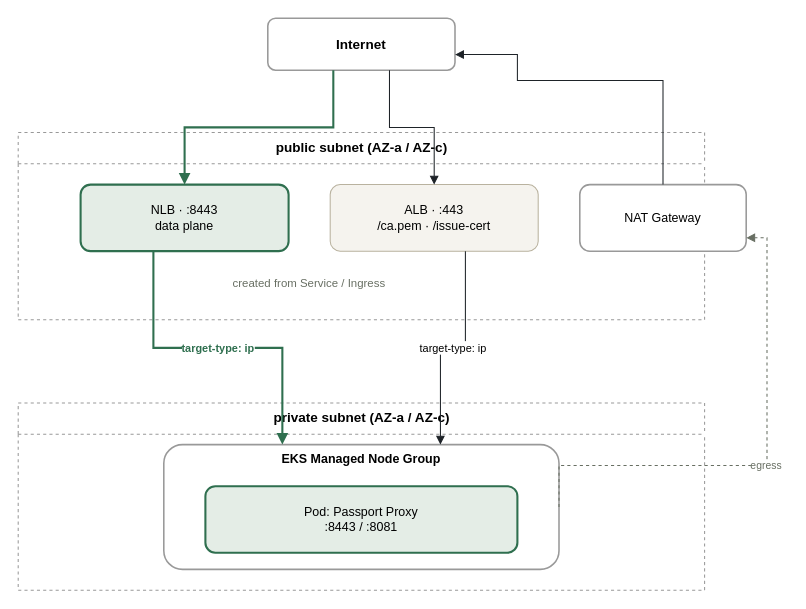
Earlier version of the draw.io diagram assets/infra-architecture.drawio (yokawasa/passport-aws-sandbox). Source tidied: cells renumbered, new cells numbered last; positions are measured from the earlier drawing's top-left corner, leaving out a move shared by most shapes. Both pictures are drawn from the tidied source at 104%, with x=0, y=0 at pixel (18, 18).
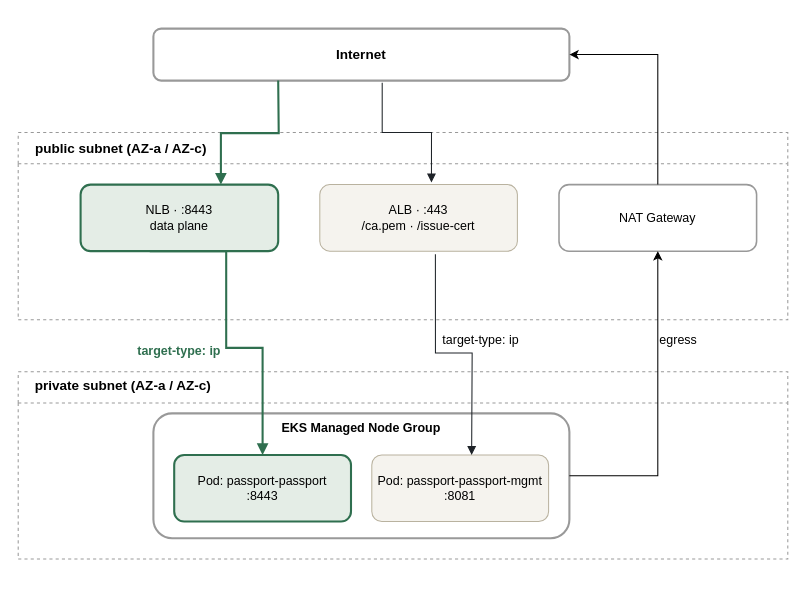
The same page after the edit.

Commit message (it also covers changes not shown here):
update infra archi

What changed in the source:
```diff
@@
-    <mxCell id="2" value="Internet" style="rounded=1;whiteSpace=wrap;html=1;fillColor=#ffffff;strokeColor=#999999;strokeWidth=1.5;fontSize=13;fontStyle=1;align=center;" parent="1" vertex="1">
-      <mxGeometry x="240" width="180" height="50" as="geometry" />
+    <mxCell id="2" value="Internet" style="rounded=1;whiteSpace=wrap;html=1;fillColor=#ffffff;strokeColor=#999999;strokeWidth=2;fontSize=13;fontStyle=1;align=center;" parent="1" vertex="1">
+      <mxGeometry x="130" y="10" width="400" height="50" as="geometry" />
     </mxCell>
-    <mxCell id="3" value="public subnet (AZ-a / AZ-c)" style="swimlane;startSize=30;fillColor=none;strokeColor=#999999;dashed=1;fontStyle=1;fontSize=13;align=center;verticalAlign=top;html=1;" parent="1" vertex="1">
-      <mxGeometry y="110" width="660" height="180" as="geometry" />
+    <mxCell id="3" style="swimlane;startSize=30;fillColor=none;strokeColor=#999999;dashed=1;fontStyle=1;fontSize=13;align=center;verticalAlign=top;html=1;" parent="1" vertex="1">
+      <mxGeometry y="110" width="740" height="180" as="geometry" />
     </mxCell>
     <mxCell id="4" value="NLB · :8443&#10;data plane" style="rounded=1;whiteSpace=wrap;html=1;fillColor=#e4ede6;strokeColor=#2f6f4f;strokeWidth=2;fontSize=12;align=center;" parent="3" vertex="1">
-      <mxGeometry x="60" y="50" width="200" height="64" as="geometry" />
+      <mxGeometry x="60" y="50" width="190" height="64" as="geometry" />
     </mxCell>
     <mxCell id="5" value="ALB · :443&#10;/ca.pem · /issue-cert" style="rounded=1;whiteSpace=wrap;html=1;fillColor=#f5f3ee;strokeColor=#b9b29f;fontSize=12;align=center;" parent="3" vertex="1">
-      <mxGeometry x="300" y="50" width="200" height="64" as="geometry" />
+      <mxGeometry x="290" y="50" width="190" height="64" as="geometry" />
     </mxCell>
     <mxCell id="6" value="NAT Gateway" style="rounded=1;whiteSpace=wrap;html=1;fillColor=#ffffff;strokeColor=#999999;strokeWidth=1.5;fontSize=12;align=center;" parent="3" vertex="1">
-      <mxGeometry x="540" y="50" width="160" height="64" as="geometry" />
+      <mxGeometry x="520" y="50" width="190" height="64" as="geometry" />
     </mxCell>
-    <mxCell id="7" value="created from Service / Ingress" style="text;html=1;whiteSpace=wrap;align=center;verticalAlign=middle;fillColor=none;strokeColor=none;fontSize=11;fontColor=#686f63;" parent="3" vertex="1">
-      <mxGeometry x="60" y="130" width="440" height="30" as="geometry" />
-    </mxCell>
+    <mxCell id="17" value="&lt;span style=&quot;font-size: 13px ; font-weight: 700 ; white-space: nowrap&quot;&gt;public subnet (AZ-a / AZ-c)&lt;/span&gt;" style="text;html=1;strokeColor=none;fillColor=none;align=center;verticalAlign=middle;whiteSpace=wrap;rounded=0;" parent="3" vertex="1">
+      <mxGeometry x="4" y="5" width="190" height="20" as="geometry" />
+    </mxCell>
-    <mxCell id="8" value="private subnet (AZ-a / AZ-c)" style="swimlane;startSize=30;fillColor=none;strokeColor=#999999;dashed=1;fontStyle=1;fontSize=13;align=center;verticalAlign=top;html=1;" parent="1" vertex="1">
-      <mxGeometry y="370" width="660" height="180" as="geometry" />
+    <mxCell id="8" style="swimlane;startSize=30;fillColor=none;strokeColor=#999999;dashed=1;fontStyle=1;fontSize=13;align=center;verticalAlign=top;html=1;" parent="1" vertex="1">
+      <mxGeometry y="340" width="740" height="180" as="geometry" />
     </mxCell>
-    <mxCell id="9" value="EKS Managed Node Group" style="rounded=1;whiteSpace=wrap;html=1;fillColor=#ffffff;strokeColor=#999999;strokeWidth=1.5;fontSize=12;fontStyle=1;align=center;verticalAlign=top;" parent="8" vertex="1">
-      <mxGeometry x="140" y="40" width="380" height="120" as="geometry" />
+    <mxCell id="9" value="EKS Managed Node Group" style="rounded=1;whiteSpace=wrap;html=1;fillColor=#ffffff;strokeColor=#999999;strokeWidth=2;fontSize=12;fontStyle=1;align=center;verticalAlign=top;" parent="8" vertex="1">
+      <mxGeometry x="130" y="40" width="400" height="120" as="geometry" />
     </mxCell>
-    <mxCell id="10" value="Pod: Passport Proxy&#10;:8443 / :8081" style="rounded=1;whiteSpace=wrap;html=1;fillColor=#e4ede6;strokeColor=#2f6f4f;strokeWidth=2;fontSize=12;align=center;" parent="8" vertex="1">
-      <mxGeometry x="180" y="80" width="300" height="64" as="geometry" />
+    <mxCell id="10" value="Pod: passport-passport&lt;br&gt;:8443" style="rounded=1;whiteSpace=wrap;html=1;fillColor=#e4ede6;strokeColor=#2f6f4f;strokeWidth=2;fontSize=12;align=center;" parent="8" vertex="1">
+      <mxGeometry x="150" y="80" width="170" height="64" as="geometry" />
     </mxCell>
+    <mxCell id="18" value="&lt;span style=&quot;font-size: 13px ; font-weight: 700 ; white-space: nowrap&quot;&gt;private subnet (AZ-a / AZ-c)&lt;/span&gt;" style="text;html=1;strokeColor=none;fillColor=none;align=center;verticalAlign=middle;whiteSpace=wrap;rounded=0;" parent="8" vertex="1">
+      <mxGeometry x="6" y="3" width="190" height="20" as="geometry" />
+    </mxCell>
+    <mxCell id="19" value="Pod: passport-passport-mgmt&lt;br&gt;:8081&lt;br&gt;" style="rounded=1;whiteSpace=wrap;html=1;fillColor=#f5f3ee;strokeColor=#b9b29f;fontSize=12;align=center;" parent="8" vertex="1">
+      <mxGeometry x="340" y="80" width="170" height="64" as="geometry" />
+    </mxCell>
-    <mxCell id="11" style="edgeStyle=orthogonalEdgeStyle;rounded=0;html=1;endArrow=block;strokeColor=#2f6f4f;strokeWidth=2;exitX=0.35;exitY=1;entryX=0.5;entryY=0;" parent="1" edge="1" source="2" target="4">
-      <mxGeometry relative="1" as="geometry" />
+    <mxCell id="11" style="edgeStyle=orthogonalEdgeStyle;rounded=0;html=1;endArrow=block;strokeColor=#2f6f4f;strokeWidth=2;entryX=0.71;entryY=0;entryDx=0;entryDy=0;entryPerimeter=0;" parent="1" edge="1" target="4">
+      <mxGeometry relative="1" as="geometry">
+        <mxPoint x="250" y="60" as="sourcePoint" />
+      </mxGeometry>
     </mxCell>
-    <mxCell id="12" style="edgeStyle=orthogonalEdgeStyle;rounded=0;html=1;endArrow=block;strokeColor=#1e2328;exitX=0.65;exitY=1;entryX=0.5;entryY=0;" parent="1" edge="1" source="2" target="5">
+    <mxCell id="12" style="edgeStyle=orthogonalEdgeStyle;rounded=0;html=1;endArrow=block;strokeColor=#1e2328;exitX=0.55;exitY=1.04;entryX=0.565;entryY=-0.031;entryDx=0;entryDy=0;entryPerimeter=0;exitDx=0;exitDy=0;exitPerimeter=0;strokeWidth=1;" parent="1" edge="1" source="2" target="5">
       <mxGeometry relative="1" as="geometry" />
     </mxCell>
-    <mxCell id="13" style="edgeStyle=orthogonalEdgeStyle;rounded=0;html=1;endArrow=block;strokeColor=#1e2328;exitX=0.5;exitY=0;entryX=1;entryY=0.7;" parent="1" edge="1" source="6" target="2">
-      <mxGeometry relative="1" as="geometry">
-        <Array as="points">
-          <mxPoint x="480" y="60" />
-        </Array>
-      </mxGeometry>
-    </mxCell>
-    <mxCell id="14" value="target-type: ip" style="edgeStyle=orthogonalEdgeStyle;rounded=0;html=1;endArrow=block;strokeColor=#2f6f4f;strokeWidth=2;fontSize=10.5;fontColor=#2f6f4f;fontStyle=1;exitX=0.35;exitY=1;entryX=0.3;entryY=0;" parent="1" edge="1" source="4" target="9">
-      <mxGeometry relative="1" as="geometry" />
+    <mxCell id="14" style="edgeStyle=orthogonalEdgeStyle;rounded=0;html=1;endArrow=block;strokeColor=#2f6f4f;strokeWidth=2;fontSize=10.5;fontColor=#2f6f4f;fontStyle=1;exitX=0.35;exitY=1;entryX=0.5;entryY=0;entryDx=0;entryDy=0;" parent="1" edge="1" source="4" target="10">
+      <mxGeometry relative="1" as="geometry">
+        <Array as="points">
+          <mxPoint x="200" y="224" />
+          <mxPoint x="200" y="317" />
+          <mxPoint x="235" y="317" />
+        </Array>
+      </mxGeometry>
     </mxCell>
-    <mxCell id="15" value="target-type: ip" style="edgeStyle=orthogonalEdgeStyle;rounded=0;html=1;endArrow=block;strokeColor=#1e2328;fontSize=10.5;exitX=0.65;exitY=1;entryX=0.7;entryY=0;" parent="1" edge="1" source="5" target="9">
-      <mxGeometry relative="1" as="geometry" />
+    <mxCell id="15" style="edgeStyle=orthogonalEdgeStyle;rounded=0;html=1;endArrow=block;strokeColor=#1e2328;fontSize=10.5;exitX=0.585;exitY=1.047;exitDx=0;exitDy=0;exitPerimeter=0;strokeWidth=1;" parent="1" edge="1" source="5">
+      <mxGeometry relative="1" as="geometry">
+        <mxPoint x="436" y="420" as="targetPoint" />
+      </mxGeometry>
     </mxCell>
+    <mxCell id="20" style="edgeStyle=orthogonalEdgeStyle;rounded=0;jettySize=auto;html=1;entryX=0.5;entryY=1;entryDx=0;entryDy=0;strokeColor=#000000;exitX=1;exitY=0.5;exitDx=0;exitDy=0;strokeWidth=1;" parent="1" edge="1" source="9" target="6">
+      <mxGeometry relative="1" as="geometry" />
+    </mxCell>
+    <mxCell id="13" style="edgeStyle=orthogonalEdgeStyle;rounded=0;jettySize=auto;html=1;entryX=1;entryY=0.5;entryDx=0;entryDy=0;strokeColor=#000000;strokeWidth=1;" parent="1" edge="1" source="6" target="2">
+      <mxGeometry relative="1" as="geometry" />
+    </mxCell>
+    <mxCell id="21" value="&lt;font color=&quot;#2f6f4f&quot;&gt;&lt;b&gt;target-type: ip&lt;/b&gt;&lt;/font&gt;" style="text;html=1;strokeColor=none;fillColor=none;align=center;verticalAlign=middle;whiteSpace=wrap;rounded=0;" parent="1" vertex="1">
+      <mxGeometry x="110" y="310" width="90" height="20" as="geometry" />
+    </mxCell>
+    <mxCell id="22" value="target-type: ip" style="text;html=1;strokeColor=none;fillColor=none;align=center;verticalAlign=middle;whiteSpace=wrap;rounded=0;" parent="1" vertex="1">
+      <mxGeometry x="400" y="300" width="90" height="20" as="geometry" />
+    </mxCell>
-    <mxCell id="16" value="egress" style="edgeStyle=orthogonalEdgeStyle;rounded=0;html=1;endArrow=block;strokeColor=#686f63;dashed=1;fontSize=10;fontColor=#686f63;exitX=1;exitY=0.5;entryX=1;entryY=0.8;" parent="1" edge="1" source="9" target="6">
-      <mxGeometry relative="1" as="geometry">
-        <Array as="points">
-          <mxPoint x="720" y="430" />
-        </Array>
-      </mxGeometry>
+    <mxCell id="16" value="egress" style="text;html=1;strokeColor=none;fillColor=none;align=center;verticalAlign=middle;whiteSpace=wrap;rounded=0;" parent="1" vertex="1">
+      <mxGeometry x="590" y="300" width="90" height="20" as="geometry" />
     </mxCell>
```
